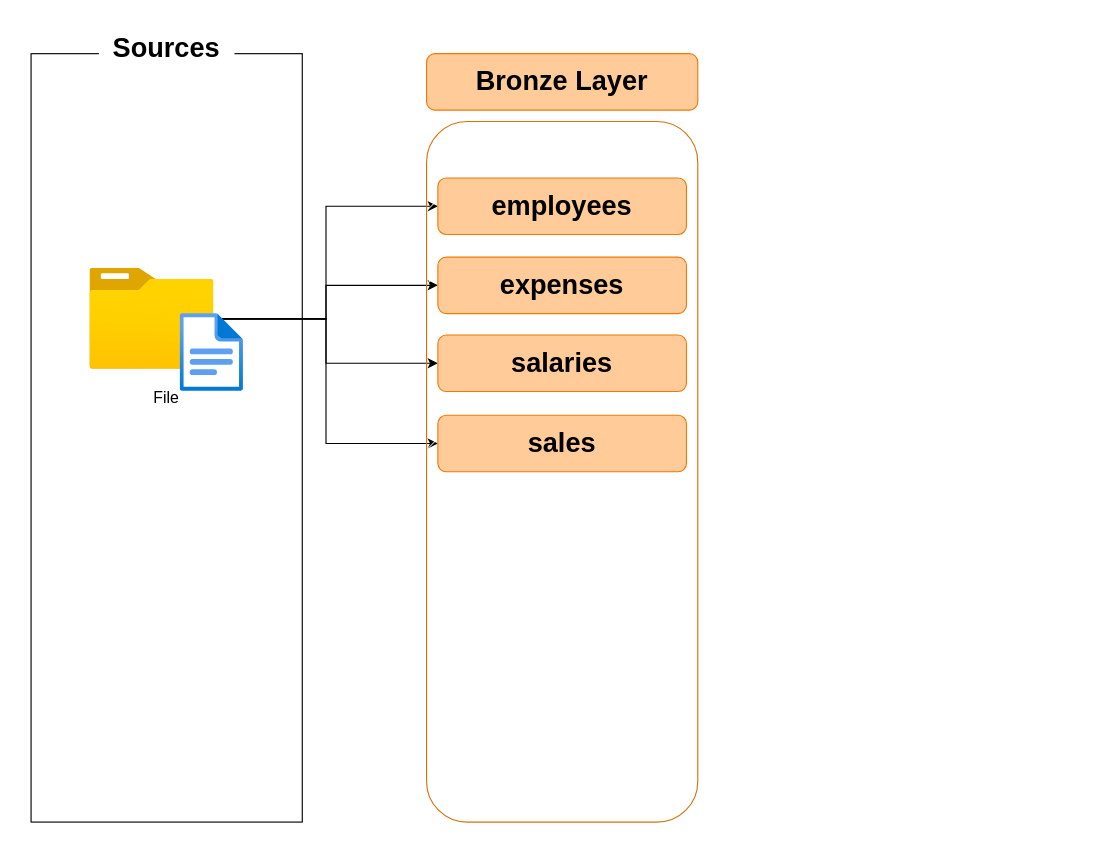
Before: Data Engineer Projects/Sales Data Warehouse/docs/Data Flow.drawio in marthag0311/Projects, a draw.io diagram. Source tidied: cells renumbered, new cells numbered last; positions are measured from the earlier drawing's top-left corner, leaving out a move shared by most shapes. Both pictures are drawn from the tidied source at 113%, with x=0, y=0 at pixel (31, 19).
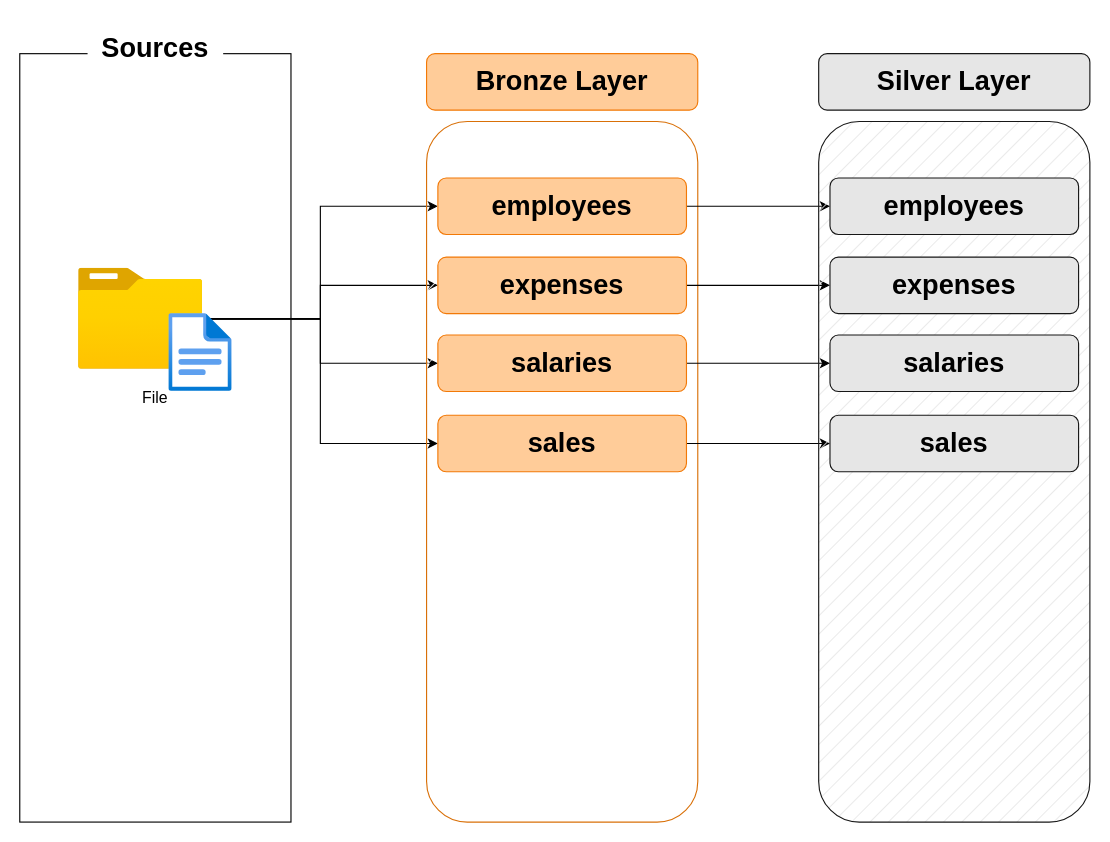
After the change.

Commit message (it also covers changes not shown here):
Updated Data Flow

Unchanged cells that the change refers to:
```xml
<mxCell id="13" value="&lt;font style=&quot;font-size: 24px;&quot;&gt;&lt;b&gt;employees&lt;/b&gt;&lt;/font&gt;" style="rounded=1;whiteSpace=wrap;html=1;fillColor=#FFCC99;strokeColor=#f27907;" parent="1" vertex="1">
  <mxGeometry x="360" y="140" width="220" height="50" as="geometry" />
</mxCell>
<mxCell id="14" value="&lt;font style=&quot;font-size: 24px;&quot;&gt;&lt;b&gt;expenses&lt;/b&gt;&lt;/font&gt;" style="rounded=1;whiteSpace=wrap;html=1;fillColor=#FFCC99;strokeColor=#f27907;" parent="1" vertex="1">
  <mxGeometry x="360" y="210" width="220" height="50" as="geometry" />
</mxCell>
<mxCell id="15" value="&lt;font style=&quot;font-size: 24px;&quot;&gt;&lt;b&gt;salaries&lt;/b&gt;&lt;/font&gt;" style="rounded=1;whiteSpace=wrap;html=1;fillColor=#FFCC99;strokeColor=#f27907;" parent="1" vertex="1">
  <mxGeometry x="360" y="279" width="220" height="50" as="geometry" />
</mxCell>
<mxCell id="16" value="&lt;font style=&quot;font-size: 24px;&quot;&gt;&lt;b&gt;sales&lt;/b&gt;&lt;/font&gt;" style="rounded=1;whiteSpace=wrap;html=1;fillColor=#FFCC99;strokeColor=#f27907;" parent="1" vertex="1">
  <mxGeometry x="360" y="350" width="220" height="50" as="geometry" />
</mxCell>
```

What changed in the source:
```diff
@@
     <mxCell id="2" style="rounded=0;whiteSpace=wrap;html=1;gradientColor=none;fillStyle=hatch;" parent="1" vertex="1">
-      <mxGeometry y="30" width="240" height="680" as="geometry" />
+      <mxGeometry x="-10" y="30" width="240" height="680" as="geometry" />
     </mxCell>
     <mxCell id="3" value="&lt;font style=&quot;font-size: 24px;&quot;&gt;&lt;b&gt;Sources&lt;/b&gt;&lt;/font&gt;" style="rounded=0;whiteSpace=wrap;html=1;strokeColor=none;" parent="1" vertex="1">
-      <mxGeometry x="60" width="120" height="50" as="geometry" />
+      <mxGeometry x="50" width="120" height="50" as="geometry" />
     </mxCell>
@@
     <mxCell id="8" style="image;html=1;points=[];align=center;fontSize=12;image=img/lib/azure2/general/Folder_Blank.svg;" parent="1" vertex="1">
-      <mxGeometry x="52" y="220" width="110" height="89.3" as="geometry" />
+      <mxGeometry x="42" y="220" width="110" height="89.3" as="geometry" />
     </mxCell>
     <mxCell id="9" style="image;html=1;align=center;fontSize=12;image=img/lib/azure2/general/File.svg;" parent="1" vertex="1">
-      <mxGeometry x="132" y="260" width="56" height="69" as="geometry" />
+      <mxGeometry x="122" y="260" width="56" height="69" as="geometry" />
     </mxCell>
     <mxCell id="10" value="&lt;font style=&quot;font-size: 14px;&quot;&gt;File&lt;/font&gt;" style="text;html=1;align=center;verticalAlign=middle;whiteSpace=wrap;rounded=0;" parent="1" vertex="1">
-      <mxGeometry x="40" y="320" width="160" height="30" as="geometry" />
+      <mxGeometry x="30" y="320" width="160" height="30" as="geometry" />
     </mxCell>
@@
+    <mxCell id="17" style="edgeStyle=orthogonalEdgeStyle;rounded=0;jettySize=auto;html=1;entryX=0;entryY=0.5;entryDx=0;entryDy=0;" parent="1" edge="1" source="13" target="23">
+      <mxGeometry relative="1" as="geometry" />
+    </mxCell>
@@
+    <mxCell id="18" style="edgeStyle=orthogonalEdgeStyle;rounded=0;jettySize=auto;html=1;exitX=1;exitY=0.5;exitDx=0;exitDy=0;entryX=0;entryY=0.5;entryDx=0;entryDy=0;" parent="1" edge="1" source="14" target="24">
+      <mxGeometry relative="1" as="geometry" />
+    </mxCell>
@@
+    <mxCell id="19" style="edgeStyle=orthogonalEdgeStyle;rounded=0;jettySize=auto;html=1;exitX=1;exitY=0.5;exitDx=0;exitDy=0;entryX=0;entryY=0.5;entryDx=0;entryDy=0;" parent="1" edge="1" source="15" target="25">
+      <mxGeometry relative="1" as="geometry" />
+    </mxCell>
@@
+    <mxCell id="20" style="edgeStyle=orthogonalEdgeStyle;rounded=0;jettySize=auto;html=1;exitX=1;exitY=0.5;exitDx=0;exitDy=0;" parent="1" edge="1" source="16" target="26">
+      <mxGeometry relative="1" as="geometry" />
+    </mxCell>
@@
+    <mxCell id="21" style="rounded=1;whiteSpace=wrap;html=1;gradientColor=none;fillStyle=hatch;strokeColor=#171717;fillColor=#e6e6e6;" parent="1" vertex="1">
+      <mxGeometry x="697" y="90" width="240" height="620" as="geometry" />
+    </mxCell>
+    <mxCell id="22" value="&lt;font style=&quot;font-size: 24px;&quot;&gt;&lt;b&gt;Silver Layer&lt;/b&gt;&lt;/font&gt;" style="rounded=1;whiteSpace=wrap;html=1;fillColor=#e6e6e6;strokeColor=#171717;" parent="1" vertex="1">
+      <mxGeometry x="697" y="30" width="240" height="50" as="geometry" />
+    </mxCell>
+    <mxCell id="23" value="&lt;font style=&quot;font-size: 24px;&quot;&gt;&lt;b&gt;employees&lt;/b&gt;&lt;/font&gt;" style="rounded=1;whiteSpace=wrap;html=1;fillColor=#e6e6e6;strokeColor=#171717;" parent="1" vertex="1">
+      <mxGeometry x="707" y="140" width="220" height="50" as="geometry" />
+    </mxCell>
+    <mxCell id="24" value="&lt;font style=&quot;font-size: 24px;&quot;&gt;&lt;b&gt;expenses&lt;/b&gt;&lt;/font&gt;" style="rounded=1;whiteSpace=wrap;html=1;fillColor=#e6e6e6;strokeColor=#171717;" parent="1" vertex="1">
+      <mxGeometry x="707" y="210" width="220" height="50" as="geometry" />
+    </mxCell>
+    <mxCell id="25" value="&lt;font style=&quot;font-size: 24px;&quot;&gt;&lt;b&gt;salaries&lt;/b&gt;&lt;/font&gt;" style="rounded=1;whiteSpace=wrap;html=1;fillColor=#e6e6e6;strokeColor=#171717;" parent="1" vertex="1">
+      <mxGeometry x="707" y="279" width="220" height="50" as="geometry" />
+    </mxCell>
+    <mxCell id="26" value="&lt;font style=&quot;font-size: 24px;&quot;&gt;&lt;b&gt;sales&lt;/b&gt;&lt;/font&gt;" style="rounded=1;whiteSpace=wrap;html=1;fillColor=#e6e6e6;strokeColor=#171717;" parent="1" vertex="1">
+      <mxGeometry x="707" y="350" width="220" height="50" as="geometry" />
+    </mxCell>
```
